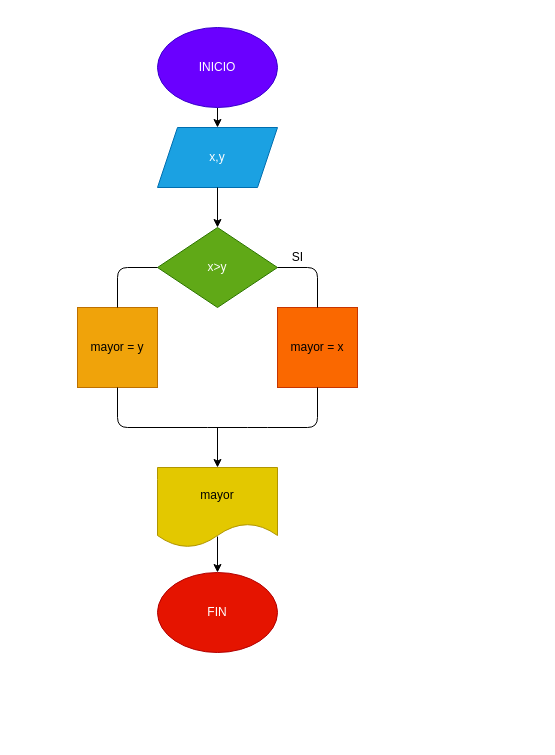
Above: diagrama.drawio in renyelis/mayor_2enteros (draw.io), before the change. Source tidied: cells renumbered, new cells numbered last; positions are measured from the earlier drawing's top-left corner, leaving out a move shared by most shapes. Both pictures are drawn from the tidied source at 100%, with x=0, y=0 at pixel (77, 27).
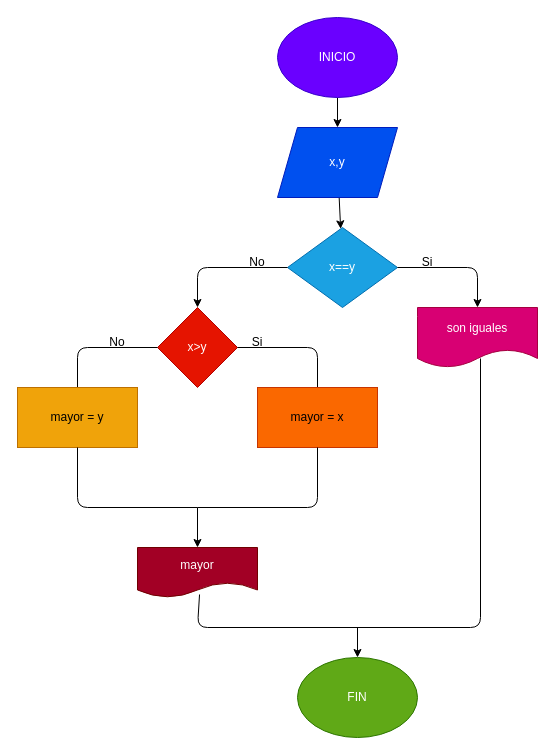
The same page after the edit.

Commit message (it also covers changes not shown here):
Se agregó el diagrama y el código

Change to the diagram source:
```diff
@@
     <mxCell id="3" value="INICIO" style="ellipse;whiteSpace=wrap;html=1;fillColor=#6a00ff;fontColor=#ffffff;strokeColor=#3700CC;" parent="1" vertex="1">
-      <mxGeometry x="80" width="120" height="80" as="geometry" />
+      <mxGeometry x="200" y="-10" width="120" height="80" as="geometry" />
     </mxCell>
+    <mxCell id="18" style="edgeStyle=none;html=1;" parent="1" edge="1" source="4" target="19">
+      <mxGeometry relative="1" as="geometry" />
+    </mxCell>
-    <mxCell id="4" value="x,y" style="shape=parallelogram;perimeter=parallelogramPerimeter;whiteSpace=wrap;html=1;fixedSize=1;fillColor=#1ba1e2;fontColor=#ffffff;strokeColor=#006EAF;" parent="1" vertex="1">
-      <mxGeometry x="80" y="100" width="120" height="60" as="geometry" />
+    <mxCell id="4" value="x,y" style="shape=parallelogram;perimeter=parallelogramPerimeter;whiteSpace=wrap;html=1;fixedSize=1;fillColor=#0050ef;fontColor=#ffffff;strokeColor=#001DBC;" parent="1" vertex="1">
+      <mxGeometry x="200" y="100" width="120" height="70" as="geometry" />
     </mxCell>
-    <mxCell id="5" style="endArrow=classic;html=1;entryX=0.5;entryY=0;entryDx=0;entryDy=0;exitX=0.5;exitY=1;exitDx=0;exitDy=0;" parent="1" edge="1" source="4" target="6">
-      <mxGeometry relative="1" as="geometry" />
-    </mxCell>
+    <mxCell id="19" value="x==y" style="rhombus;whiteSpace=wrap;html=1;fillColor=#1ba1e2;strokeColor=#006EAF;fontColor=#ffffff;" parent="1" vertex="1">
+      <mxGeometry x="210" y="200" width="110" height="80" as="geometry" />
+    </mxCell>
+    <mxCell id="20" style="endArrow=classic;html=1;exitX=1;exitY=0.5;exitDx=0;exitDy=0;" parent="1" edge="1" source="19" target="21">
+      <mxGeometry relative="1" as="geometry">
+        <Array as="points">
+          <mxPoint x="400" y="240" />
+        </Array>
+      </mxGeometry>
+    </mxCell>
+    <mxCell id="21" value="son iguales" style="shape=document;whiteSpace=wrap;html=1;boundedLbl=1;fillColor=#d80073;fontColor=#ffffff;strokeColor=#A50040;" parent="1" vertex="1">
+      <mxGeometry x="340" y="280" width="120" height="60" as="geometry" />
+    </mxCell>
+    <mxCell id="22" style="endArrow=classic;html=1;exitX=0;exitY=0.5;exitDx=0;exitDy=0;entryX=0.5;entryY=0;entryDx=0;entryDy=0;" parent="1" edge="1" source="19" target="6">
+      <mxGeometry relative="1" as="geometry">
+        <Array as="points">
+          <mxPoint x="120" y="240" />
+        </Array>
+      </mxGeometry>
+    </mxCell>
-    <mxCell id="6" value="x&amp;gt;y" style="rhombus;whiteSpace=wrap;html=1;rounded=0;fillColor=#60a917;fontColor=#ffffff;strokeColor=#2D7600;" parent="1" vertex="1">
-      <mxGeometry x="80" y="200" width="120" height="80" as="geometry" />
+    <mxCell id="6" value="x&amp;gt;y" style="rhombus;whiteSpace=wrap;html=1;fillColor=#e51400;fontColor=#ffffff;strokeColor=#B20000;" parent="1" vertex="1">
+      <mxGeometry x="80" y="280" width="80" height="80" as="geometry" />
     </mxCell>
+    <mxCell id="23" value="No" style="text;html=1;strokeColor=none;fillColor=none;align=center;verticalAlign=middle;whiteSpace=wrap;rounded=0;" parent="1" vertex="1">
+      <mxGeometry x="150" y="220" width="60" height="30" as="geometry" />
+    </mxCell>
+    <mxCell id="24" value="Si" style="text;html=1;strokeColor=none;fillColor=none;align=center;verticalAlign=middle;whiteSpace=wrap;rounded=0;" parent="1" vertex="1">
+      <mxGeometry x="320" y="220" width="60" height="30" as="geometry" />
+    </mxCell>
+    <mxCell id="25" style="endArrow=none;html=1;exitX=0;exitY=0.5;exitDx=0;exitDy=0;entryX=0.5;entryY=0;entryDx=0;entryDy=0;" parent="1" edge="1" source="6" target="7">
+      <mxGeometry relative="1" as="geometry">
+        <Array as="points">
+          <mxPoint y="320" />
+          <mxPoint y="360" />
+        </Array>
+      </mxGeometry>
+    </mxCell>
-    <mxCell id="7" value="mayor = y" style="whiteSpace=wrap;html=1;fillColor=#f0a30a;fontColor=#000000;strokeColor=#BD7000;" parent="1" vertex="1">
-      <mxGeometry y="280" width="80" height="80" as="geometry" />
+    <mxCell id="7" value="mayor = y" style="rounded=0;whiteSpace=wrap;html=1;fillColor=#f0a30a;fontColor=#000000;strokeColor=#BD7000;" parent="1" vertex="1">
+      <mxGeometry x="-60" y="360" width="120" height="60" as="geometry" />
     </mxCell>
+    <mxCell id="26" style="endArrow=none;html=1;exitX=1;exitY=0.5;exitDx=0;exitDy=0;entryX=0.5;entryY=0;entryDx=0;entryDy=0;" parent="1" edge="1" source="6" target="8">
+      <mxGeometry relative="1" as="geometry">
+        <Array as="points">
+          <mxPoint x="240" y="320" />
+        </Array>
+      </mxGeometry>
+    </mxCell>
-    <mxCell id="8" value="mayor = x" style="whiteSpace=wrap;html=1;fillColor=#fa6800;fontColor=#000000;strokeColor=#C73500;" parent="1" vertex="1">
-      <mxGeometry x="200" y="280" width="80" height="80" as="geometry" />
+    <mxCell id="8" value="mayor = x" style="rounded=0;whiteSpace=wrap;html=1;fillColor=#fa6800;fontColor=#000000;strokeColor=#C73500;" parent="1" vertex="1">
+      <mxGeometry x="180" y="360" width="120" height="60" as="geometry" />
     </mxCell>
-    <mxCell id="9" style="endArrow=none;html=1;entryX=0;entryY=0.5;entryDx=0;entryDy=0;exitX=0.5;exitY=0;exitDx=0;exitDy=0;" parent="1" edge="1" source="7" target="6">
-      <mxGeometry relative="1" as="geometry">
-        <Array as="points">
-          <mxPoint x="40" y="240" />
-        </Array>
-      </mxGeometry>
-    </mxCell>
-    <mxCell id="10" style="endArrow=none;html=1;entryX=1;entryY=0.5;entryDx=0;entryDy=0;exitX=0.5;exitY=0;exitDx=0;exitDy=0;" parent="1" edge="1" source="8" target="6">
-      <mxGeometry relative="1" as="geometry">
-        <Array as="points">
-          <mxPoint x="240" y="240" />
-        </Array>
-      </mxGeometry>
-    </mxCell>
-    <mxCell id="11" style="endArrow=none;html=1;exitX=0.5;exitY=1;exitDx=0;exitDy=0;" parent="1" edge="1" source="7">
-      <mxGeometry relative="1" as="geometry">
-        <mxPoint x="130" y="400" as="targetPoint" />
-        <Array as="points">
-          <mxPoint x="40" y="400" />
-        </Array>
-      </mxGeometry>
-    </mxCell>
-    <mxCell id="12" style="endArrow=none;html=1;entryX=0.5;entryY=1;entryDx=0;entryDy=0;" parent="1" edge="1" target="8">
-      <mxGeometry relative="1" as="geometry">
-        <mxPoint x="130" y="400" as="sourcePoint" />
-        <Array as="points">
-          <mxPoint x="180" y="400" />
-          <mxPoint x="240" y="400" />
-        </Array>
-      </mxGeometry>
-    </mxCell>
-    <mxCell id="13" style="endArrow=classic;html=1;entryX=0.5;entryY=0;entryDx=0;entryDy=0;" parent="1" edge="1" target="14">
-      <mxGeometry relative="1" as="geometry">
-        <mxPoint x="140" y="400" as="sourcePoint" />
-      </mxGeometry>
-    </mxCell>
+    <mxCell id="27" style="endArrow=none;html=1;entryX=0.5;entryY=1;entryDx=0;entryDy=0;" parent="1" edge="1" target="8">
+      <mxGeometry relative="1" as="geometry">
+        <mxPoint x="120" y="480" as="sourcePoint" />
+        <Array as="points">
+          <mxPoint x="240" y="480" />
+        </Array>
+      </mxGeometry>
+    </mxCell>
+    <mxCell id="28" style="endArrow=none;html=1;exitX=0.5;exitY=1;exitDx=0;exitDy=0;" parent="1" edge="1" source="7">
+      <mxGeometry relative="1" as="geometry">
+        <mxPoint x="120" y="480" as="targetPoint" />
+        <Array as="points">
+          <mxPoint y="480" />
+        </Array>
+      </mxGeometry>
+    </mxCell>
+    <mxCell id="29" style="endArrow=classic;html=1;entryX=0.5;entryY=0;entryDx=0;entryDy=0;" parent="1" edge="1" target="14">
+      <mxGeometry relative="1" as="geometry">
+        <mxPoint x="120" y="480" as="sourcePoint" />
+      </mxGeometry>
+    </mxCell>
-    <mxCell id="14" value="mayor" style="shape=document;whiteSpace=wrap;html=1;boundedLbl=1;fillColor=#e3c800;fontColor=#000000;strokeColor=#B09500;" parent="1" vertex="1">
-      <mxGeometry x="80" y="440" width="120" height="80" as="geometry" />
+    <mxCell id="14" value="mayor" style="shape=document;whiteSpace=wrap;html=1;boundedLbl=1;fillColor=#a20025;fontColor=#ffffff;strokeColor=#6F0000;" parent="1" vertex="1">
+      <mxGeometry x="60" y="520" width="120" height="50" as="geometry" />
     </mxCell>
-    <mxCell id="15" style="edgeStyle=none;html=1;exitX=0.5;exitY=0.863;exitDx=0;exitDy=0;exitPerimeter=0;entryX=0.5;entryY=0;entryDx=0;entryDy=0;" parent="1" edge="1" source="14" target="16">
-      <mxGeometry relative="1" as="geometry" />
-    </mxCell>
+    <mxCell id="30" style="endArrow=none;html=1;entryX=0.525;entryY=0.85;entryDx=0;entryDy=0;entryPerimeter=0;" parent="1" edge="1" target="21">
+      <mxGeometry relative="1" as="geometry">
+        <mxPoint x="250" y="600" as="sourcePoint" />
+        <Array as="points">
+          <mxPoint x="403" y="600" />
+        </Array>
+      </mxGeometry>
+    </mxCell>
+    <mxCell id="31" style="endArrow=none;html=1;exitX=0.517;exitY=0.94;exitDx=0;exitDy=0;exitPerimeter=0;" parent="1" edge="1" source="14">
+      <mxGeometry relative="1" as="geometry">
+        <mxPoint x="260" y="600" as="targetPoint" />
+        <Array as="points">
+          <mxPoint x="120" y="600" />
+        </Array>
+      </mxGeometry>
+    </mxCell>
+    <mxCell id="32" style="endArrow=classic;html=1;" parent="1" edge="1" target="16">
+      <mxGeometry relative="1" as="geometry">
+        <mxPoint x="280" y="600" as="sourcePoint" />
+      </mxGeometry>
+    </mxCell>
-    <mxCell id="16" value="FIN" style="ellipse;whiteSpace=wrap;html=1;fillColor=#e51400;fontColor=#ffffff;strokeColor=#B20000;" parent="1" vertex="1">
-      <mxGeometry x="80" y="545" width="120" height="80" as="geometry" />
+    <mxCell id="16" value="FIN" style="ellipse;whiteSpace=wrap;html=1;fillColor=#60a917;fontColor=#ffffff;strokeColor=#2D7600;" parent="1" vertex="1">
+      <mxGeometry x="220" y="630" width="120" height="80" as="geometry" />
     </mxCell>
-    <mxCell id="17" value="SI" style="text;html=1;align=center;verticalAlign=middle;strokeColor=none;fillColor=none;" parent="1" vertex="1">
-      <mxGeometry x="205" y="215" width="30" height="30" as="geometry" />
-    </mxCell>
+    <mxCell id="33" value="Si" style="text;html=1;strokeColor=none;fillColor=none;align=center;verticalAlign=middle;whiteSpace=wrap;rounded=0;" parent="1" vertex="1">
+      <mxGeometry x="150" y="300" width="60" height="30" as="geometry" />
+    </mxCell>
+    <mxCell id="34" value="No" style="text;html=1;strokeColor=none;fillColor=none;align=center;verticalAlign=middle;whiteSpace=wrap;rounded=0;" parent="1" vertex="1">
+      <mxGeometry x="10" y="300" width="60" height="30" as="geometry" />
+    </mxCell>
```
